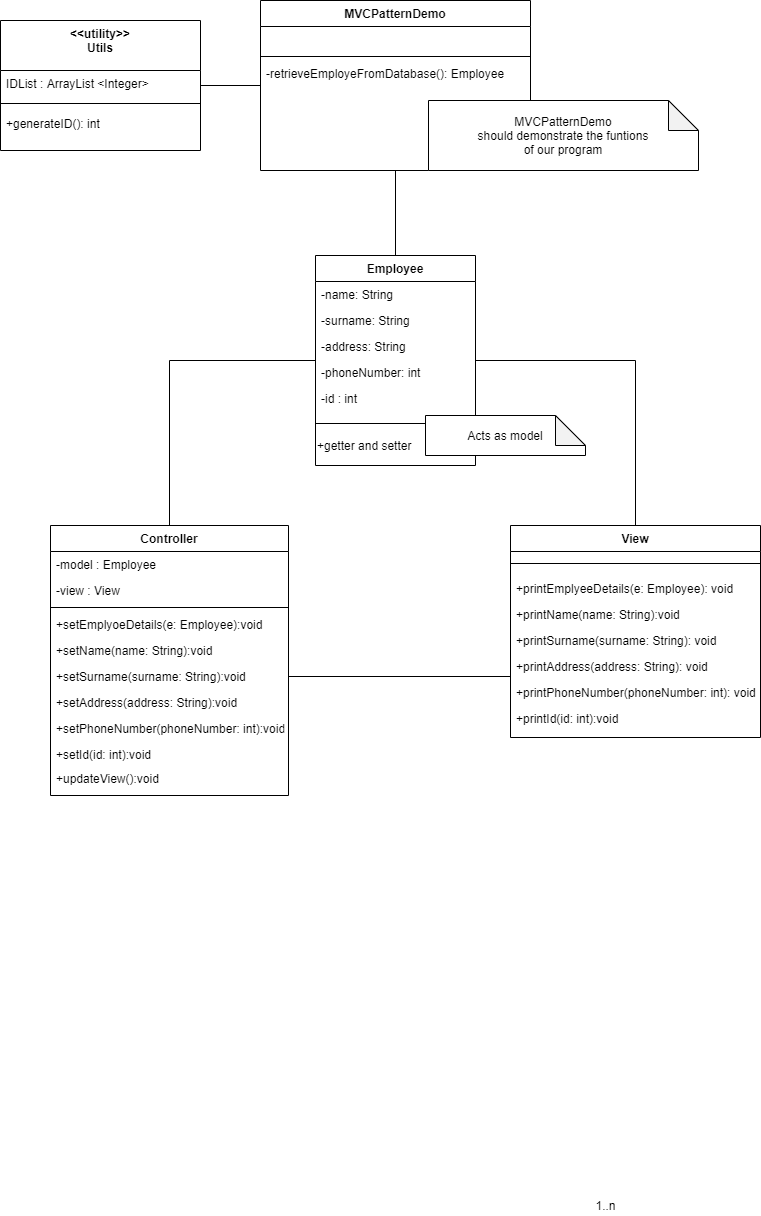
Before: SoftCon2020_Assignment_6/CompanySystem/UML/UML_2.png, a diagram exported from draw.io (HuberNicolas/swc-group38). Source tidied: cells renumbered, new cells last; positions are measured from the earlier drawing's top-left corner, leaving out a move shared by most shapes.
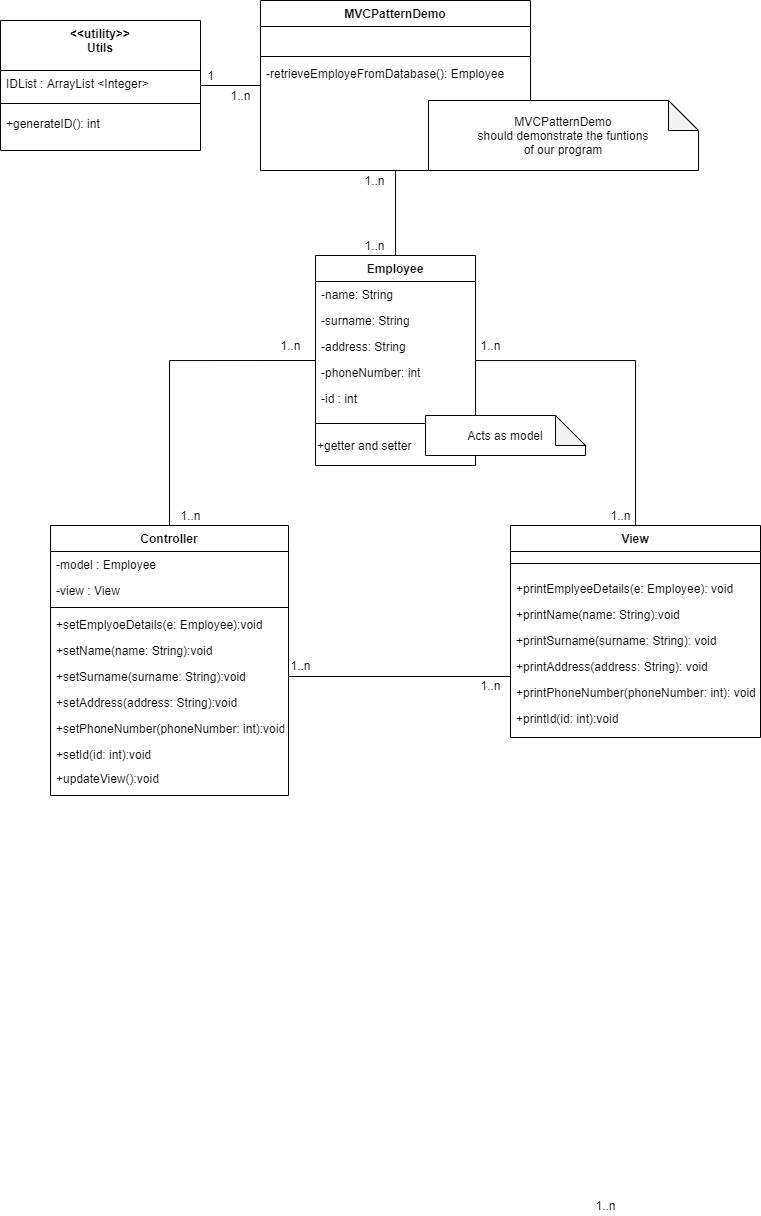
After the commit.

What changed in the source:
```diff
@@ -133,5 +133,35 @@
     <mxCell id="44" value="Acts as model" style="shape=note;whiteSpace=wrap;html=1;backgroundOutline=1;darkOpacity=0.05;" parent="1" vertex="1">
       <mxGeometry x="425" y="415" width="160" height="40" as="geometry" />
     </mxCell>
+    <mxCell id="45" value="1" style="text;html=1;align=center;verticalAlign=middle;" parent="1" vertex="1">
+      <mxGeometry x="200" y="65" width="20" height="20" as="geometry" />
+    </mxCell>
+    <mxCell id="46" value="1..n" style="text;html=1;align=center;verticalAlign=middle;" parent="1" vertex="1">
+      <mxGeometry x="220" y="85" width="40" height="20" as="geometry" />
+    </mxCell>
+    <mxCell id="47" value="1..n" style="text;html=1;align=center;verticalAlign=middle;" parent="1" vertex="1">
+      <mxGeometry x="354" y="170" width="40" height="20" as="geometry" />
+    </mxCell>
+    <mxCell id="48" value="1..n" style="text;html=1;align=center;verticalAlign=middle;" parent="1" vertex="1">
+      <mxGeometry x="354" y="235" width="40" height="20" as="geometry" />
+    </mxCell>
+    <mxCell id="49" value="1..n" style="text;html=1;align=center;verticalAlign=middle;" parent="1" vertex="1">
+      <mxGeometry x="470" y="335" width="40" height="20" as="geometry" />
+    </mxCell>
+    <mxCell id="50" value="1..n" style="text;html=1;align=center;verticalAlign=middle;" parent="1" vertex="1">
+      <mxGeometry x="600" y="505" width="40" height="20" as="geometry" />
+    </mxCell>
+    <mxCell id="51" value="1..n" style="text;html=1;align=center;verticalAlign=middle;" parent="1" vertex="1">
+      <mxGeometry x="280" y="655" width="40" height="20" as="geometry" />
+    </mxCell>
+    <mxCell id="52" value="1..n" style="text;html=1;align=center;verticalAlign=middle;" parent="1" vertex="1">
+      <mxGeometry x="470" y="675" width="40" height="20" as="geometry" />
+    </mxCell>
+    <mxCell id="53" value="1..n" style="text;html=1;align=center;verticalAlign=middle;" parent="1" vertex="1">
+      <mxGeometry x="170" y="505" width="40" height="20" as="geometry" />
+    </mxCell>
+    <mxCell id="54" value="1..n" style="text;html=1;align=center;verticalAlign=middle;" parent="1" vertex="1">
+      <mxGeometry x="270" y="335" width="40" height="20" as="geometry" />
+    </mxCell>
   </root>
 </mxGraphModel>
```
